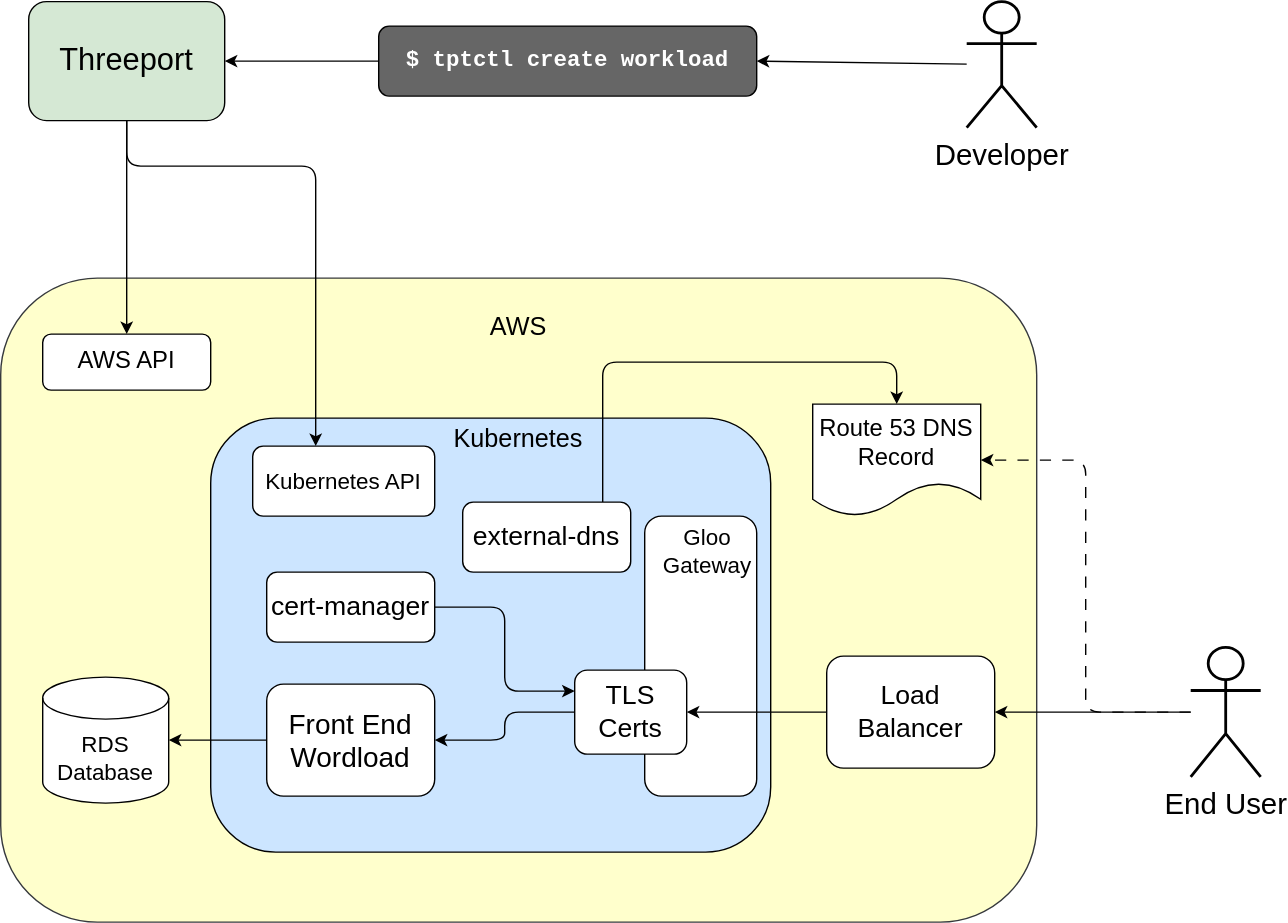
Before: docs/docs/img/ThreeportDevExperience.drawio.svg, a diagram exported from draw.io (threeport/threeport). Source tidied: cells renumbered, new cells last; positions are measured from the earlier drawing's top-left corner, leaving out a move shared by most shapes.
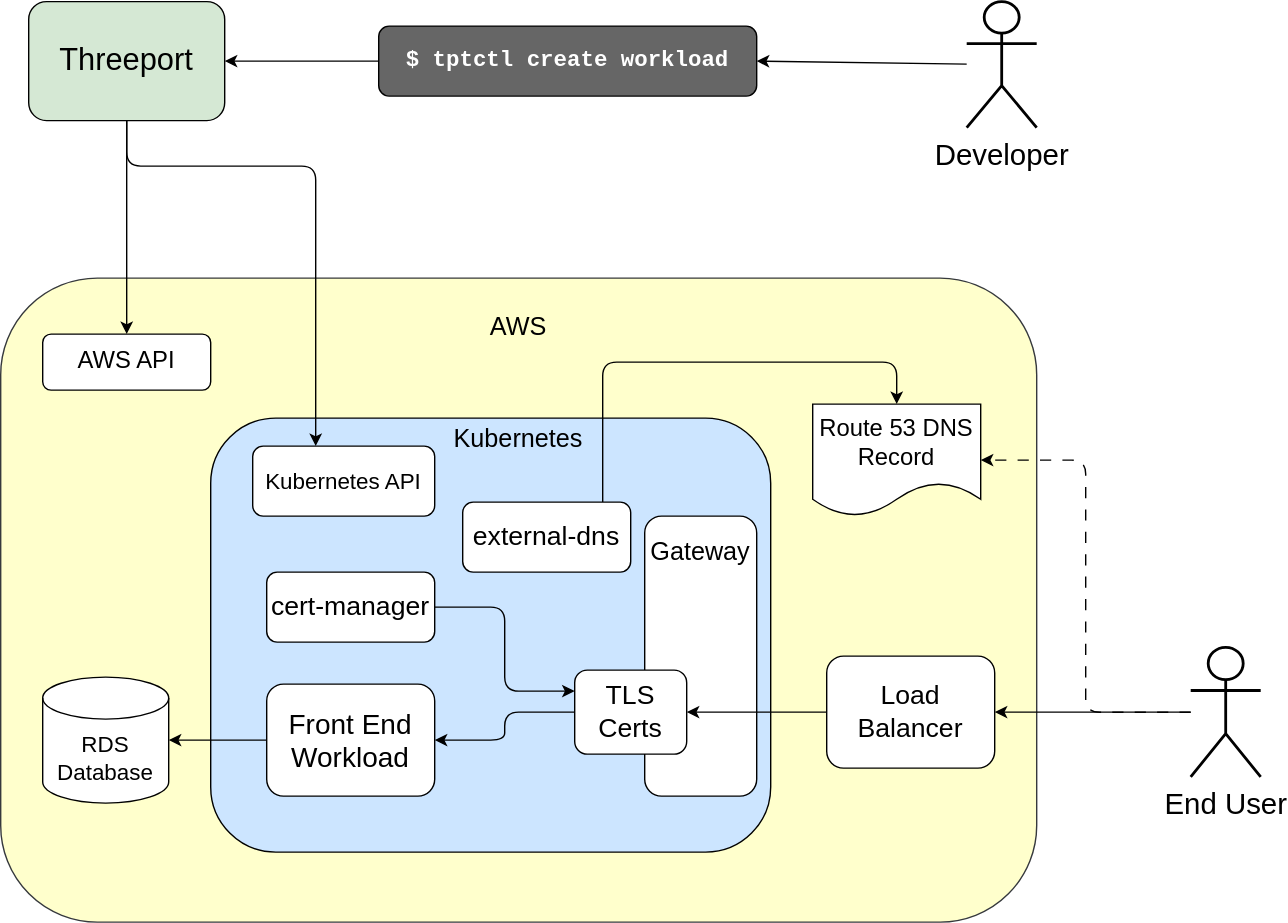
Later version of the same file.

Commit message:
docs: fix typo and update labels in ThreeportDevExperience diagram

Diff of the diagram source:
```diff
@@ -38,7 +38,7 @@
     <mxCell id="13" value="&lt;font style=&quot;font-size: 19px;&quot;&gt;TLS&lt;/font&gt;&lt;div&gt;&lt;font style=&quot;font-size: 19px;&quot;&gt;Certs&lt;/font&gt;&lt;/div&gt;" style="rounded=1;whiteSpace=wrap;html=1;" parent="1" vertex="1">
       <mxGeometry x="410" y="478" width="80" height="60" as="geometry" />
     </mxCell>
-    <mxCell id="14" value="&lt;font style=&quot;font-size: 20px;&quot;&gt;Front End&lt;/font&gt;&lt;div&gt;&lt;font style=&quot;font-size: 20px;&quot;&gt;Wordload&lt;/font&gt;&lt;/div&gt;" style="rounded=1;whiteSpace=wrap;html=1;" parent="1" vertex="1">
+    <mxCell id="14" value="&lt;font style=&quot;font-size: 20px;&quot;&gt;Front End&lt;/font&gt;&lt;div&gt;&lt;span style=&quot;font-size: 20px;&quot;&gt;Workload&lt;/span&gt;&lt;/div&gt;" style="rounded=1;whiteSpace=wrap;html=1;" parent="1" vertex="1">
       <mxGeometry x="190" y="488" width="120" height="80" as="geometry" />
     </mxCell>
     <mxCell id="15" style="edgeStyle=orthogonalEdgeStyle;html=1;entryX=0;entryY=0.25;entryDx=0;entryDy=0;" parent="1" edge="1" source="16" target="13">
@@ -85,8 +85,8 @@
     <mxCell id="27" value="&lt;span style=&quot;font-size: 18px;&quot;&gt;Kubernetes&lt;/span&gt;" style="text;strokeColor=none;align=center;fillColor=none;html=1;verticalAlign=middle;whiteSpace=wrap;rounded=0;" parent="1" vertex="1">
       <mxGeometry x="305" y="298" width="130" height="30" as="geometry" />
     </mxCell>
-    <mxCell id="28" value="&lt;font style=&quot;font-size: 16px;&quot;&gt;Gloo&lt;/font&gt;&lt;div&gt;&lt;font style=&quot;font-size: 16px;&quot;&gt;Gateway&lt;/font&gt;&lt;/div&gt;" style="text;strokeColor=none;align=center;fillColor=none;html=1;verticalAlign=middle;whiteSpace=wrap;rounded=0;" parent="1" vertex="1">
-      <mxGeometry x="475" y="378" width="60" height="30" as="geometry" />
+    <mxCell id="28" value="&lt;font style=&quot;font-size: 18px;&quot;&gt;&lt;br&gt;&lt;/font&gt;&lt;div&gt;&lt;font style=&quot;font-size: 18px;&quot;&gt;Gateway&lt;/font&gt;&lt;/div&gt;" style="text;strokeColor=none;align=center;fillColor=none;html=1;verticalAlign=middle;whiteSpace=wrap;rounded=0;" parent="1" vertex="1">
+      <mxGeometry x="470" y="368" width="60" height="30" as="geometry" />
     </mxCell>
     <mxCell id="29" style="edgeStyle=orthogonalEdgeStyle;html=1;" parent="1" edge="1" source="6" target="10">
       <mxGeometry relative="1" as="geometry">
```
